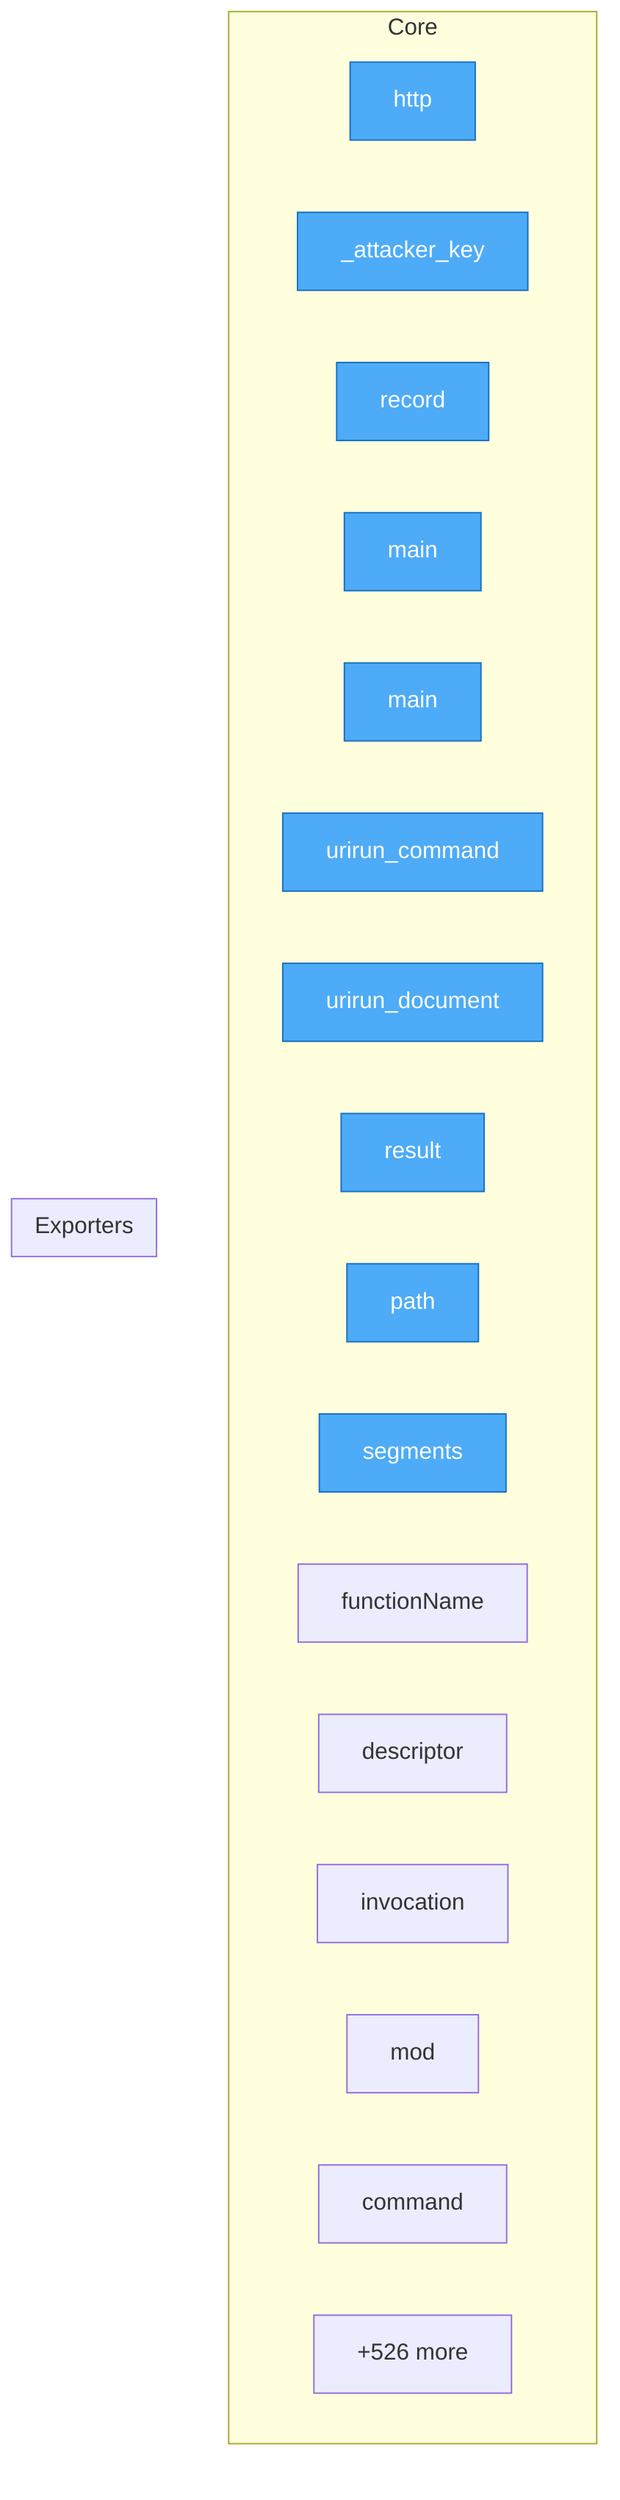
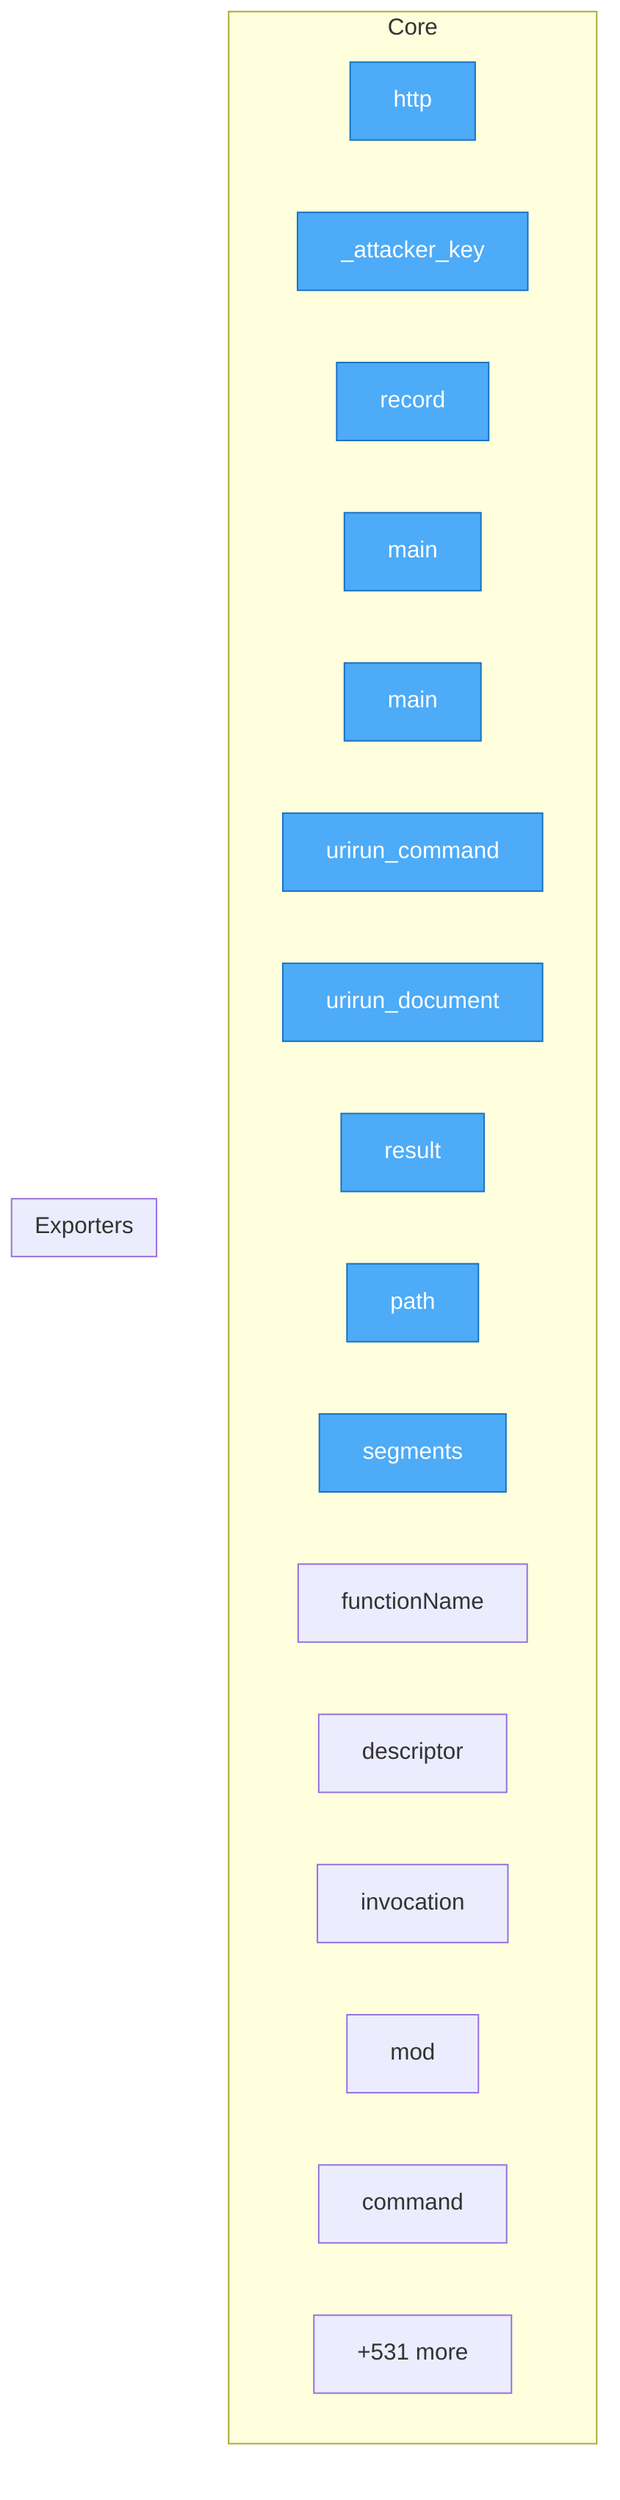
flowchart TD
- %% generated in 0.09s
+ %% generated in 0.03s

    %% Entry points (blue)
    classDef entry fill:#4dabf7,stroke:#1971c2,color:#fff

    subgraph Core
        security__mesh_probe__probe__http["http"]
        security__mesh_probe__probe___attacker_key["_attacker_key"]
        security__mesh_probe__probe__record["record"]
        adapters__conformance__main["main"]
        adapters__new_connector__main["main"]
        adapters__bash__urirun__urirun_command["urirun_command"]
        adapters__bash__urirun__urirun_document["urirun_document"]
        adapters__js__index__test__result["result"]
        adapters__js__path["path"]
        adapters__js__segments["segments"]
        adapters__js__functionName["functionName"]
        adapters__js__descriptor["descriptor"]
        adapters__js__invocation["invocation"]
        adapters__js__mod["mod"]
        adapters__java__Urirun__Urirun__command["command"]
-         ...["+526 more"]
+         ...["+531 more"]
    end

    subgraph Exporters
    end

    class security__mesh_probe__probe__http,security__mesh_probe__probe___attacker_key,security__mesh_probe__probe__record,adapters__conformance__main,adapters__new_connector__main,adapters__bash__urirun__urirun_command,adapters__bash__urirun__urirun_document,adapters__js__index__test__result,adapters__js__path,adapters__js__segments entry
